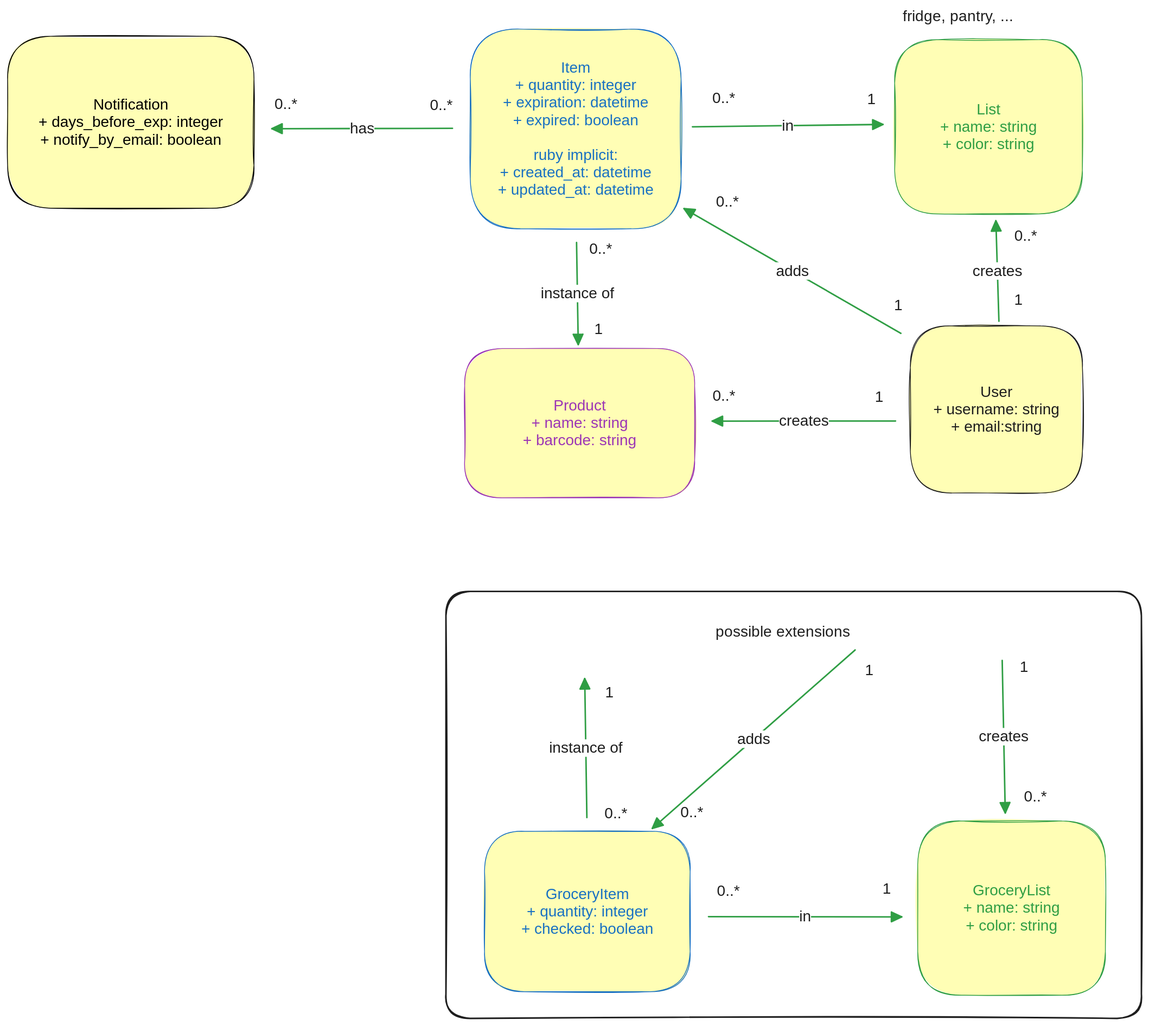
The Excalidraw diagram domain_model.excalidraw.svg in cabaktom/stocked-shelves, before a commit. Source tidied: one line per element, renumbered; positions are measured from the earlier drawing's top-left corner, leaving out a move shared by most shapes.
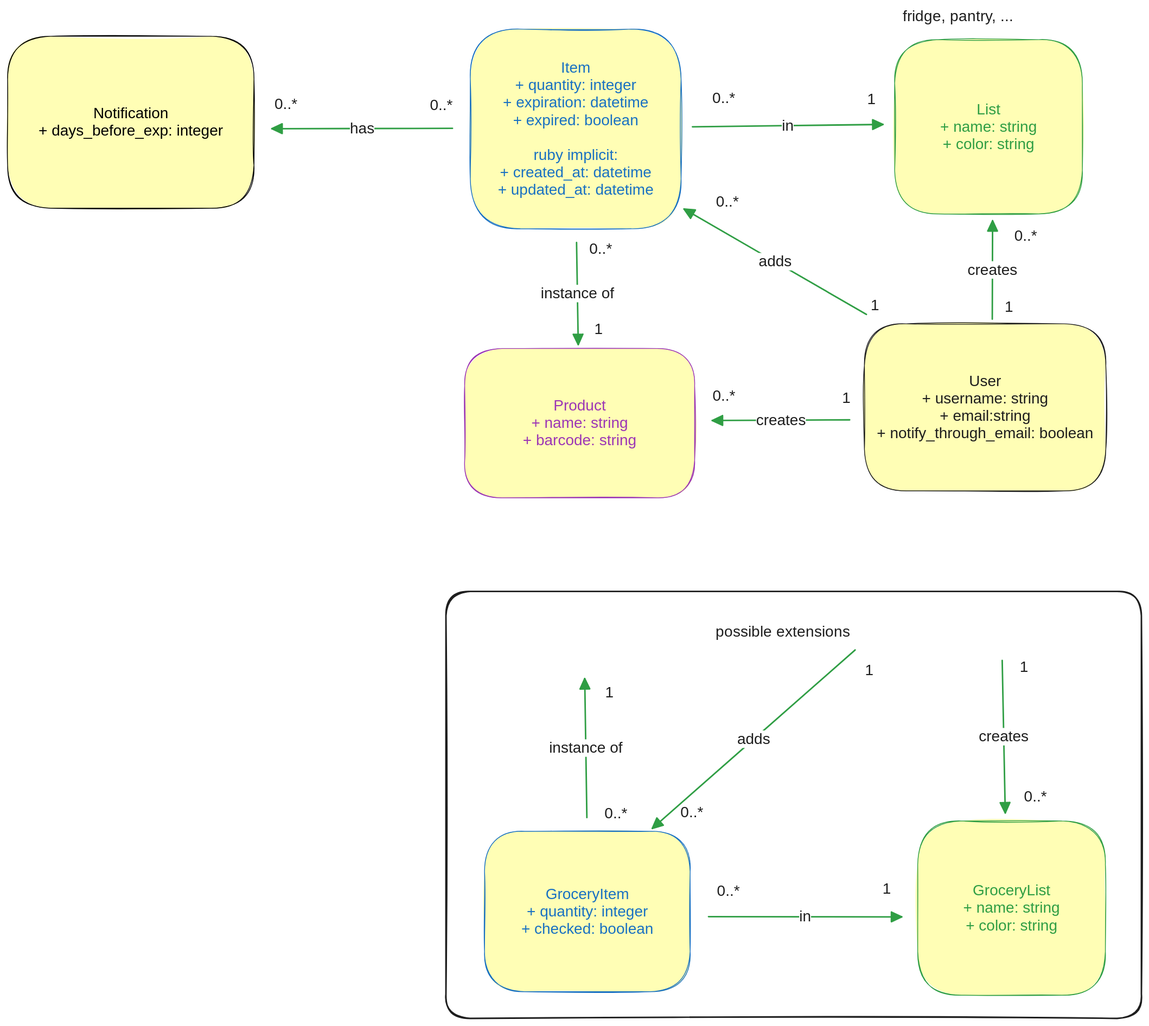
The same diagram one commit later.

The edit, as a diff of the source:
```diff
@@ -13,20 +13,20 @@
 {"id": 12, "type": "text", "text": "0..*", "strokeColor": "#1e1e1e", "strokeWidth": 2, "roughness": 1, "fontSize": 20, "fontFamily": 2, "x": 928, "y": 108, "width": 30, "height": 23}
 {"id": 13, "type": "text", "text": "1", "strokeColor": "#1e1e1e", "strokeWidth": 2, "roughness": 1, "fontSize": 20, "fontFamily": 2, "x": 773, "y": 412, "width": 11, "height": 23}
 {"id": 14, "type": "text", "text": "0..*", "strokeColor": "#1e1e1e", "strokeWidth": 2, "roughness": 1, "fontSize": 20, "fontFamily": 2, "x": 766, "y": 307, "width": 30, "height": 23}
-{"id": 15, "type": "rectangle", "strokeColor": "#1e1e1e", "backgroundColor": "#fffeb5", "fillStyle": "solid", "strokeWidth": 1, "roughness": 1, "round": true, "x": 1189, "y": 419, "width": 227, "height": 220}
+{"id": 15, "type": "rectangle", "strokeColor": "#1e1e1e", "backgroundColor": "#fffeb5", "fillStyle": "solid", "strokeWidth": 1, "roughness": 1, "round": true, "x": 1128, "y": 417, "width": 318, "height": 220}
-{"id": 16, "type": "text", "text": "User\n+ username: string\n+ email:string", "strokeColor": "#1e1e1e", "backgroundColor": "#ffdefd", "fillStyle": "solid", "strokeWidth": 1, "roughness": 1, "fontSize": 20, "fontFamily": 2, "textAlign": "center", "verticalAlign": "middle", "round": true, "inside": 15, "x": 1219, "y": 495, "width": 166, "height": 69}
+{"id": 16, "type": "text", "text": "User\n+ username: string\n+ email:string\n+ notify_through_email: boolean", "strokeColor": "#1e1e1e", "backgroundColor": "#ffdefd", "fillStyle": "solid", "strokeWidth": 1, "roughness": 1, "fontSize": 20, "fontFamily": 2, "textAlign": "center", "verticalAlign": "middle", "round": true, "inside": 15, "x": 1145, "y": 481, "width": 285, "height": 92}
-{"id": 17, "type": "arrow", "strokeColor": "#2f9e44", "strokeWidth": 2, "roughness": 0, "endArrowhead": "triangle", "round": true, "from": 15, "to": 2, "x": 1305, "y": 413, "width": 4, "height": 132, "points": [[0, 0], [-4, -132]]}
+{"id": 17, "type": "arrow", "strokeColor": "#2f9e44", "strokeWidth": 2, "roughness": 0, "endArrowhead": "triangle", "round": true, "from": 15, "to": 2, "x": 1297, "y": 410, "width": 0, "height": 130, "points": [[0, 0], [0, -130]]}
 {"id": 18, "type": "text", "text": "creates", "strokeColor": "#1e1e1e", "strokeWidth": 2, "roughness": 1, "fontSize": 20, "fontFamily": 2, "textAlign": "center", "verticalAlign": "middle", "inside": 17, "x": 1262, "y": 312, "width": 66, "height": 23}
-{"id": 19, "type": "arrow", "strokeColor": "#2f9e44", "strokeWidth": 2, "roughness": 0, "endArrowhead": "triangle", "round": true, "from": 15, "to": 5, "x": 1169, "y": 545, "width": 241, "height": 0, "points": [[0, 0], [-241, 0]]}
+{"id": 19, "type": "arrow", "strokeColor": "#2f9e44", "strokeWidth": 2, "roughness": 0, "endArrowhead": "triangle", "round": true, "from": 15, "to": 5, "x": 1109, "y": 543, "width": 181, "height": 1, "points": [[0, 0], [-181, 1]]}
 {"id": 20, "type": "text", "text": "creates", "strokeColor": "#1e1e1e", "strokeWidth": 2, "roughness": 1, "fontSize": 20, "fontFamily": 2, "textAlign": "center", "verticalAlign": "middle", "inside": 19, "x": 999, "y": 506, "width": 66, "height": 23}
-{"id": 21, "type": "text", "text": "1", "strokeColor": "#1e1e1e", "strokeWidth": 2, "roughness": 1, "fontSize": 20, "fontFamily": 2, "x": 1142, "y": 502, "width": 11, "height": 23}
+{"id": 21, "type": "text", "text": "1", "strokeColor": "#1e1e1e", "strokeWidth": 2, "roughness": 1, "fontSize": 20, "fontFamily": 2, "x": 1099, "y": 503, "width": 11, "height": 23}
 {"id": 22, "type": "text", "text": "0..*", "strokeColor": "#1e1e1e", "strokeWidth": 2, "roughness": 1, "fontSize": 20, "fontFamily": 2, "x": 928, "y": 500, "width": 30, "height": 23}
-{"id": 23, "type": "arrow", "strokeColor": "#2f9e44", "strokeWidth": 2, "roughness": 0, "endArrowhead": "triangle", "round": true, "from": 15, "to": 0, "x": 1176, "y": 429, "width": 286, "height": 164, "points": [[0, 0], [-286, -164]]}
+{"id": 23, "type": "arrow", "strokeColor": "#2f9e44", "strokeWidth": 2, "roughness": 0, "endArrowhead": "triangle", "round": true, "from": 15, "to": 0, "x": 1131, "y": 404, "width": 240, "height": 139, "points": [[0, 0], [-240, -139]]}
 {"id": 24, "type": "text", "text": "adds", "strokeColor": "#1e1e1e", "strokeWidth": 2, "roughness": 1, "fontSize": 20, "fontFamily": 2, "textAlign": "center", "verticalAlign": "middle", "inside": 23, "x": 1016, "y": 315, "width": 43, "height": 23}
 {"id": 25, "type": "text", "text": "0..*", "strokeColor": "#1e1e1e", "strokeWidth": 2, "roughness": 1, "fontSize": 20, "fontFamily": 2, "x": 933, "y": 244, "width": 30, "height": 23}
-{"id": 26, "type": "text", "text": "1", "strokeColor": "#1e1e1e", "strokeWidth": 2, "roughness": 1, "fontSize": 20, "fontFamily": 2, "x": 1167, "y": 380, "width": 11, "height": 23}
+{"id": 26, "type": "text", "text": "1", "strokeColor": "#1e1e1e", "strokeWidth": 2, "roughness": 1, "fontSize": 20, "fontFamily": 2, "x": 1137, "y": 381, "width": 11, "height": 23}
 {"id": 27, "type": "rectangle", "strokeColor": "#000000", "backgroundColor": "#fffeb5", "fillStyle": "solid", "strokeWidth": 1, "roughness": 1, "round": true, "x": 0, "y": 38, "width": 324, "height": 227}
-{"id": 28, "type": "text", "text": "Notification\n+ days_before_exp: integer\n+ notify_by_email: boolean", "strokeColor": "#000000", "backgroundColor": "#ffdefd", "fillStyle": "solid", "strokeWidth": 1, "roughness": 1, "fontSize": 20, "fontFamily": 2, "textAlign": "center", "verticalAlign": "middle", "round": true, "inside": 27, "x": 41, "y": 117, "width": 243, "height": 69}
+{"id": 28, "type": "text", "text": "Notification\n+ days_before_exp: integer", "strokeColor": "#000000", "backgroundColor": "#ffdefd", "fillStyle": "solid", "strokeWidth": 1, "roughness": 1, "fontSize": 20, "fontFamily": 2, "textAlign": "center", "verticalAlign": "middle", "round": true, "inside": 27, "x": 41, "y": 128, "width": 243, "height": 46}
 {"id": 29, "type": "arrow", "strokeColor": "#2f9e44", "strokeWidth": 2, "roughness": 0, "endArrowhead": "triangle", "round": true, "from": 0, "to": 27, "x": 586, "y": 159, "width": 238, "height": 0, "points": [[0, 0], [-238, 0]]}
 {"id": 30, "type": "text", "text": "has", "strokeColor": "#1e1e1e", "strokeWidth": 2, "roughness": 1, "fontSize": 20, "fontFamily": 2, "textAlign": "center", "verticalAlign": "middle", "inside": 29, "x": 522, "y": 120, "width": 32, "height": 23}
 {"id": 31, "type": "rectangle", "strokeColor": "#1971c2", "backgroundColor": "#fffeb5", "fillStyle": "solid", "strokeWidth": 1, "roughness": 1, "round": true, "x": 628, "y": 1085, "width": 271, "height": 211}
@@ -37,7 +37,7 @@
 {"id": 36, "type": "text", "text": "0..*", "strokeColor": "#1e1e1e", "strokeWidth": 2, "roughness": 1, "fontSize": 20, "fontFamily": 2, "x": 556, "y": 117, "width": 30, "height": 23}
 {"id": 37, "type": "text", "text": "1", "strokeColor": "#1e1e1e", "strokeWidth": 2, "roughness": 1, "fontSize": 20, "fontFamily": 2, "x": 787, "y": 891, "width": 11, "height": 23}
 {"id": 38, "type": "text", "text": "0..*", "strokeColor": "#1e1e1e", "strokeWidth": 2, "roughness": 1, "fontSize": 20, "fontFamily": 2, "x": 786, "y": 1050, "width": 30, "height": 23}
-{"id": 39, "type": "text", "text": "1", "strokeColor": "#1e1e1e", "strokeWidth": 2, "roughness": 1, "fontSize": 20, "fontFamily": 2, "x": 1325, "y": 374, "width": 11, "height": 23}
+{"id": 39, "type": "text", "text": "1", "strokeColor": "#1e1e1e", "strokeWidth": 2, "roughness": 1, "fontSize": 20, "fontFamily": 2, "x": 1313, "y": 383, "width": 11, "height": 23}
 {"id": 40, "type": "text", "text": "0..*", "strokeColor": "#1e1e1e", "strokeWidth": 2, "roughness": 1, "fontSize": 20, "fontFamily": 2, "x": 1326, "y": 289, "width": 30, "height": 23}
 {"id": 41, "type": "arrow", "strokeColor": "#2f9e44", "strokeWidth": 2, "roughness": 0, "endArrowhead": "triangle", "round": true, "from": 43, "to": 31, "x": 1116, "y": 846, "width": 267, "height": 235, "points": [[0, 0], [-267, 235]]}
 {"id": 42, "type": "text", "text": "adds", "strokeColor": "#1e1e1e", "strokeWidth": 2, "roughness": 1, "fontSize": 20, "fontFamily": 2, "textAlign": "center", "verticalAlign": "middle", "inside": 41, "x": 1177, "y": 664, "width": 43, "height": 23}
```
